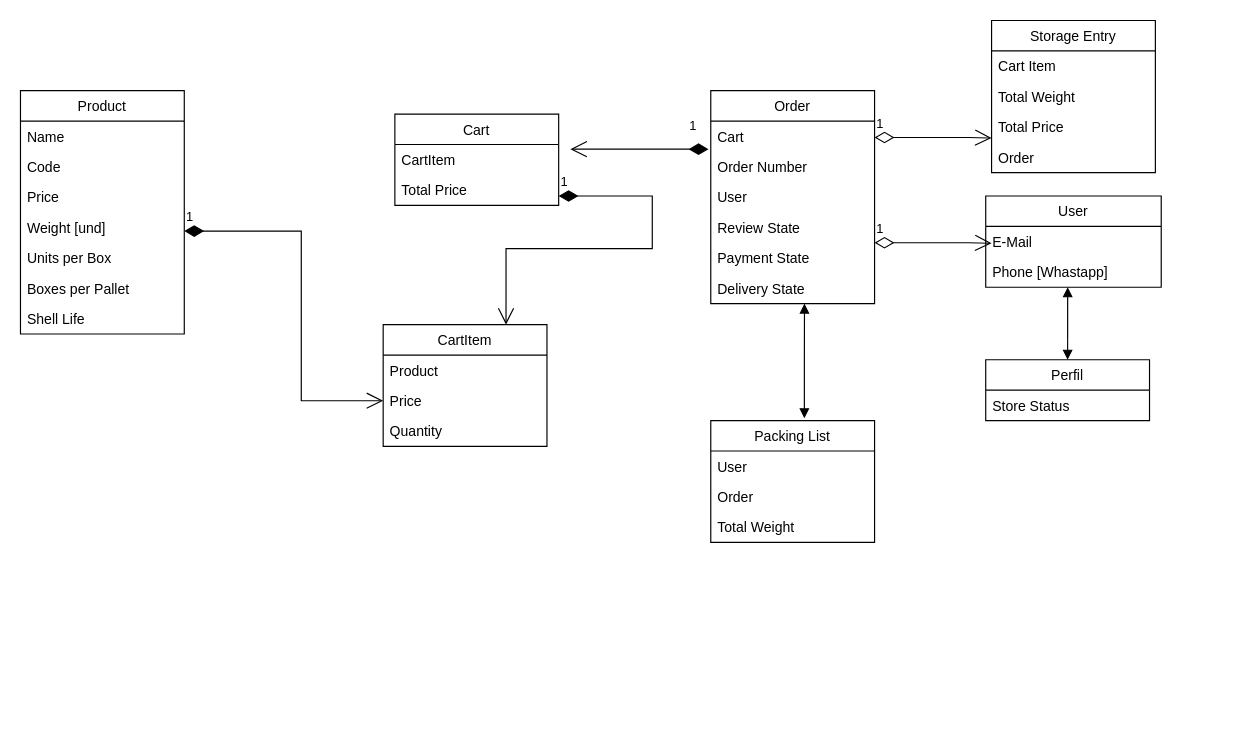
Before: LUJACOL Class Diagram.drawio in jacobitosuperstar/lujacol, a draw.io diagram. Source tidied: cells renumbered, new cells numbered last; positions are measured from the earlier drawing's top-left corner, leaving out a move shared by most shapes. Both pictures are drawn from the tidied source at 117%, with x=0, y=0 at pixel (20, 20).
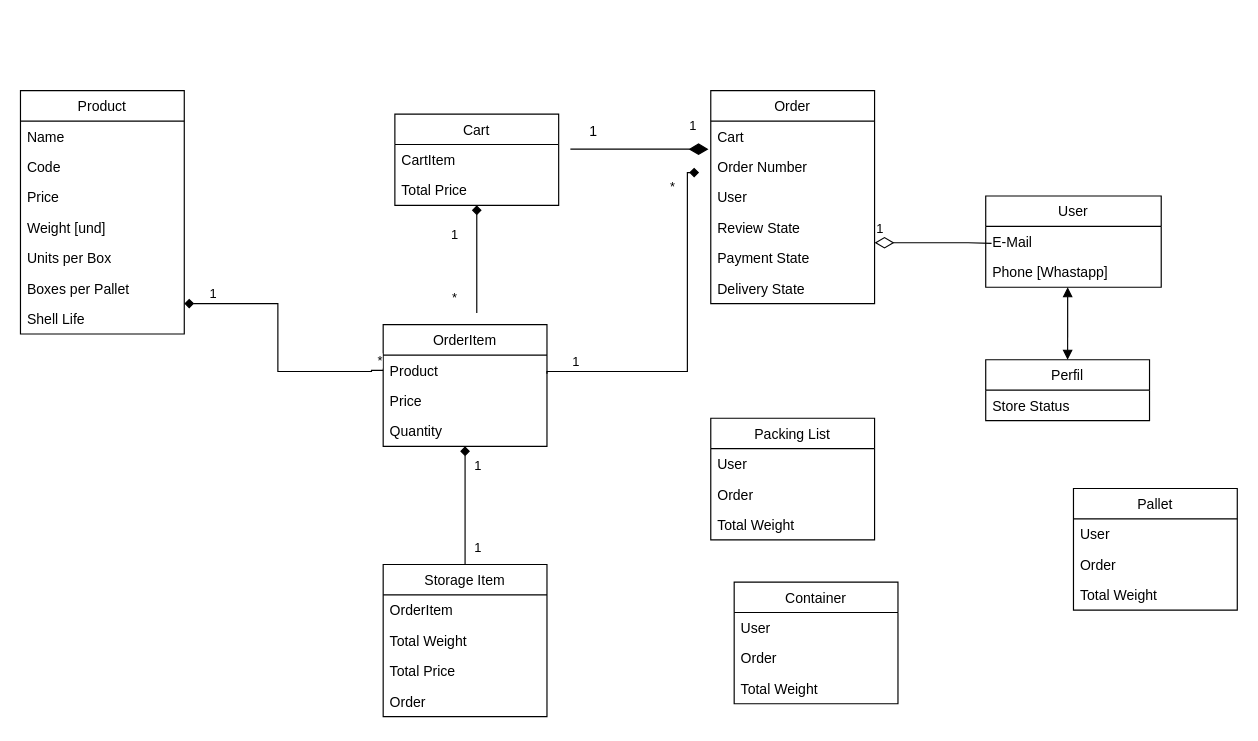
Above is the later version.

Unchanged cells that the change refers to:
```xml
<mxCell id="10" value="Cart" style="swimlane;fontStyle=0;horizontal=1;startSize=26;fillColor=none;" parent="1" vertex="1">
  <mxGeometry x="320" y="80" width="140" height="78" as="geometry" />
</mxCell>
<mxCell id="15" value="Price" style="text;strokeColor=none;fillColor=none;align=left;verticalAlign=top;spacingLeft=4;spacingRight=4;overflow=hidden;points=[[0,0.5],[1,0.5]];portConstraint=eastwest;" parent="13" vertex="1">
  <mxGeometry y="52" width="140" height="26" as="geometry" />
</mxCell>
<mxCell id="23" value="Cart&#10;" style="text;strokeColor=none;fillColor=none;align=left;verticalAlign=top;spacingLeft=4;spacingRight=4;overflow=hidden;points=[[0,0.5],[1,0.5]];portConstraint=eastwest;" parent="22" vertex="1">
  <mxGeometry y="26" width="140" height="26" as="geometry" />
</mxCell>
```

Change to the diagram source:
```diff
@@
+    <mxCell id="45" style="edgeStyle=orthogonalEdgeStyle;rounded=0;jettySize=auto;html=1;startArrow=diamond;startFill=1;endArrow=none;endFill=0;strokeColor=default;" parent="1" edge="1" source="10">
+      <mxGeometry relative="1" as="geometry">
+        <mxPoint x="390" y="250" as="targetPoint" />
+      </mxGeometry>
+    </mxCell>
+    <mxCell id="46" value="1" style="edgeLabel;html=1;align=center;verticalAlign=middle;" parent="45" vertex="1">
+      <mxGeometry x="-0.48" y="-1" relative="1" as="geometry">
+        <mxPoint x="-19" as="offset" />
+      </mxGeometry>
+    </mxCell>
+    <mxCell id="47" value="*" style="edgeLabel;html=1;align=center;verticalAlign=middle;" parent="45" vertex="1">
+      <mxGeometry x="0.7" y="2" relative="1" as="geometry">
+        <mxPoint x="-22" as="offset" />
+      </mxGeometry>
+    </mxCell>
@@
+    <mxCell id="48" style="edgeStyle=orthogonalEdgeStyle;rounded=0;jettySize=auto;html=1;entryX=0.5;entryY=0;entryDx=0;entryDy=0;startArrow=diamond;startFill=1;endArrow=none;endFill=0;strokeColor=default;" parent="1" edge="1" source="13" target="38">
+      <mxGeometry relative="1" as="geometry" />
+    </mxCell>
+    <mxCell id="49" value="1" style="edgeLabel;html=1;align=center;verticalAlign=middle;" parent="48" vertex="1">
+      <mxGeometry x="-0.78" y="2" relative="1" as="geometry">
+        <mxPoint x="8" y="5" as="offset" />
+      </mxGeometry>
+    </mxCell>
+    <mxCell id="50" value="1" style="edgeLabel;html=1;align=center;verticalAlign=middle;" parent="48" vertex="1">
+      <mxGeometry x="0.7" y="1" relative="1" as="geometry">
+        <mxPoint x="9" as="offset" />
+      </mxGeometry>
+    </mxCell>
-    <mxCell id="13" value="CartItem" style="swimlane;fontStyle=0;horizontal=1;startSize=26;fillColor=none;" parent="1" vertex="1">
+    <mxCell id="13" value="OrderItem" style="swimlane;fontStyle=0;horizontal=1;startSize=26;fillColor=none;" parent="1" vertex="1">
       <mxGeometry x="310" y="260" width="140" height="104" as="geometry" />
     </mxCell>
@@
-    <mxCell id="29" value="1" style="endArrow=open;html=1;endSize=12;startArrow=diamondThin;startSize=14;startFill=1;edgeStyle=orthogonalEdgeStyle;align=left;verticalAlign=bottom;rounded=0;entryX=0;entryY=0.5;entryDx=0;entryDy=0;" parent="1" edge="1" target="15">
-      <mxGeometry x="-1" y="3" relative="1" as="geometry">
-        <mxPoint x="140" y="180" as="sourcePoint" />
-        <Array as="points">
-          <mxPoint x="240" y="180" />
-          <mxPoint x="240" y="325" />
-        </Array>
-      </mxGeometry>
-    </mxCell>
-    <mxCell id="30" value="1" style="endArrow=open;html=1;endSize=12;startArrow=diamondThin;startSize=14;startFill=1;edgeStyle=orthogonalEdgeStyle;align=left;verticalAlign=bottom;rounded=0;entryX=0.75;entryY=0;entryDx=0;entryDy=0;" parent="1" edge="1" target="13">
-      <mxGeometry x="-1" y="3" relative="1" as="geometry">
-        <mxPoint x="460" y="150" as="sourcePoint" />
-        <Array as="points">
-          <mxPoint x="540" y="150" />
-          <mxPoint x="540" y="195" />
-          <mxPoint x="415" y="195" />
-        </Array>
-      </mxGeometry>
-    </mxCell>
-    <mxCell id="31" value="1" style="endArrow=open;html=1;endSize=12;startArrow=diamondThin;startSize=14;startFill=0;edgeStyle=orthogonalEdgeStyle;align=left;verticalAlign=bottom;rounded=0;" parent="1" edge="1">
+    <mxCell id="31" value="1" style="endArrow=none;html=1;endSize=12;startArrow=diamondThin;startSize=14;startFill=0;edgeStyle=orthogonalEdgeStyle;align=left;verticalAlign=bottom;rounded=0;endFill=0;" parent="1" edge="1">
       <mxGeometry x="-1" y="3" relative="1" as="geometry">
         <mxPoint x="730" y="190" as="sourcePoint" />
         <mxPoint x="830" y="190.5" as="targetPoint" />
         <Array as="points">
           <mxPoint x="810" y="190.5" />
           <mxPoint x="810" y="190.5" />
         </Array>
       </mxGeometry>
     </mxCell>
@@
-    <mxCell id="33" value="1" style="endArrow=open;html=1;endSize=12;startArrow=diamondThin;startSize=14;startFill=1;edgeStyle=orthogonalEdgeStyle;align=left;verticalAlign=bottom;rounded=0;exitX=-0.014;exitY=0.923;exitDx=0;exitDy=0;exitPerimeter=0;" parent="1" edge="1" source="23">
+    <mxCell id="33" value="1" style="endArrow=none;html=1;endSize=12;startArrow=diamondThin;startSize=14;startFill=1;edgeStyle=orthogonalEdgeStyle;align=left;verticalAlign=bottom;rounded=0;exitX=-0.014;exitY=0.923;exitDx=0;exitDy=0;exitPerimeter=0;endFill=0;" parent="1" edge="1" source="23">
       <mxGeometry x="-0.69" y="-11" relative="1" as="geometry">
         <mxPoint x="470" y="110" as="targetPoint" />
       </mxGeometry>
     </mxCell>
     <mxCell id="34" value="Packing List" style="swimlane;fontStyle=0;horizontal=1;startSize=26;fillColor=none;" parent="1" vertex="1">
-      <mxGeometry x="590" y="342" width="140" height="104" as="geometry" />
+      <mxGeometry x="590" y="340" width="140" height="104" as="geometry" />
     </mxCell>
@@
-    <mxCell id="38" value="Storage Entry" style="swimlane;fontStyle=0;horizontal=1;startSize=26;fillColor=none;" parent="1" vertex="1">
-      <mxGeometry x="830" width="140" height="130" as="geometry" />
+    <mxCell id="38" value="Storage Item" style="swimlane;fontStyle=0;horizontal=1;startSize=26;fillColor=none;" parent="1" vertex="1">
+      <mxGeometry x="310" y="465" width="140" height="130" as="geometry" />
     </mxCell>
-    <mxCell id="39" value="Cart Item" style="text;strokeColor=none;fillColor=none;align=left;verticalAlign=top;spacingLeft=4;spacingRight=4;overflow=hidden;" parent="38" vertex="1">
+    <mxCell id="39" value="OrderItem" style="text;strokeColor=none;fillColor=none;align=left;verticalAlign=top;spacingLeft=4;spacingRight=4;overflow=hidden;" parent="38" vertex="1">
       <mxGeometry y="26" width="140" height="26" as="geometry" />
     </mxCell>
@@
-    <mxCell id="43" style="endArrow=block;startArrow=block;endFill=1;startFill=1;html=1;rounded=0;entryX=0.467;entryY=1;entryDx=0;entryDy=0;entryPerimeter=0;" parent="1" edge="1">
-      <mxGeometry relative="1" as="geometry">
-        <mxPoint x="670" y="340" as="sourcePoint" />
-        <mxPoint x="670.1" y="242" as="targetPoint" />
-        <Array as="points">
-          <mxPoint x="670" y="284" />
-        </Array>
-      </mxGeometry>
-    </mxCell>
-    <mxCell id="44" value="1" style="endArrow=open;html=1;endSize=12;startArrow=diamondThin;startSize=14;startFill=0;edgeStyle=orthogonalEdgeStyle;align=left;verticalAlign=bottom;rounded=0;" parent="1" edge="1">
-      <mxGeometry x="-1" y="3" relative="1" as="geometry">
-        <mxPoint x="730" y="100" as="sourcePoint" />
-        <mxPoint x="830" y="100.5" as="targetPoint" />
-        <Array as="points">
-          <mxPoint x="810" y="100.5" />
-          <mxPoint x="810" y="100.5" />
-        </Array>
-      </mxGeometry>
-    </mxCell>
+    <mxCell id="51" value="1" style="text;html=1;strokeColor=none;fillColor=none;align=center;verticalAlign=middle;whiteSpace=wrap;rounded=0;" parent="1" vertex="1">
+      <mxGeometry x="460" y="80" width="60" height="30" as="geometry" />
+    </mxCell>
+    <mxCell id="52" style="endArrow=none;html=1;rounded=0;edgeStyle=orthogonalEdgeStyle;endFill=0;strokeColor=default;startArrow=diamond;startFill=1;" parent="1" edge="1">
+      <mxGeometry relative="1" as="geometry">
+        <mxPoint x="140" y="242" as="sourcePoint" />
+        <mxPoint x="310" y="299" as="targetPoint" />
+        <Array as="points">
+          <mxPoint x="220" y="242" />
+          <mxPoint x="220" y="300" />
+          <mxPoint x="300" y="300" />
+          <mxPoint x="300" y="299" />
+        </Array>
+      </mxGeometry>
+    </mxCell>
+    <mxCell id="53" value="1" style="edgeLabel;html=1;align=left;verticalAlign=bottom;" parent="52" vertex="1">
+      <mxGeometry x="-1" relative="1" as="geometry">
+        <mxPoint x="20" as="offset" />
+      </mxGeometry>
+    </mxCell>
+    <mxCell id="54" value="*" style="edgeLabel;html=1;align=right;verticalAlign=bottom;" parent="52" vertex="1">
+      <mxGeometry x="1" relative="1" as="geometry" />
+    </mxCell>
+    <mxCell id="55" style="endArrow=diamond;html=1;rounded=0;edgeStyle=orthogonalEdgeStyle;endFill=1;strokeColor=default;startArrow=none;startFill=0;" parent="1" edge="1">
+      <mxGeometry relative="1" as="geometry">
+        <mxPoint x="450" y="302" as="sourcePoint" />
+        <mxPoint x="580" y="130" as="targetPoint" />
+        <Array as="points">
+          <mxPoint x="450" y="300" />
+          <mxPoint x="570" y="300" />
+          <mxPoint x="570" y="130" />
+        </Array>
+      </mxGeometry>
+    </mxCell>
+    <mxCell id="56" value="1" style="edgeLabel;html=1;align=left;verticalAlign=bottom;" parent="55" vertex="1">
+      <mxGeometry x="-1" relative="1" as="geometry">
+        <mxPoint x="20" y="-2" as="offset" />
+      </mxGeometry>
+    </mxCell>
+    <mxCell id="57" value="*" style="edgeLabel;html=1;align=right;verticalAlign=bottom;" parent="55" vertex="1">
+      <mxGeometry x="1" relative="1" as="geometry">
+        <mxPoint x="-20" y="20" as="offset" />
+      </mxGeometry>
+    </mxCell>
+    <mxCell id="58" value="Container" style="swimlane;fontStyle=0;horizontal=1;startSize=26;fillColor=none;" parent="1" vertex="1">
+      <mxGeometry x="610" y="480" width="140" height="104" as="geometry" />
+    </mxCell>
+    <mxCell id="59" value="User" style="text;strokeColor=none;fillColor=none;align=left;verticalAlign=top;spacingLeft=4;spacingRight=4;overflow=hidden;" parent="58" vertex="1">
+      <mxGeometry y="26" width="140" height="26" as="geometry" />
+    </mxCell>
+    <mxCell id="60" value="Order" style="text;strokeColor=none;fillColor=none;align=left;verticalAlign=top;spacingLeft=4;spacingRight=4;overflow=hidden;" parent="58" vertex="1">
+      <mxGeometry y="52" width="140" height="26" as="geometry" />
+    </mxCell>
+    <mxCell id="61" value="Total Weight" style="text;strokeColor=none;fillColor=none;align=left;verticalAlign=top;spacingLeft=4;spacingRight=4;overflow=hidden;" parent="58" vertex="1">
+      <mxGeometry y="78" width="140" height="26" as="geometry" />
+    </mxCell>
+    <mxCell id="62" value="Pallet" style="swimlane;fontStyle=0;horizontal=1;startSize=26;fillColor=none;" parent="1" vertex="1">
+      <mxGeometry x="900" y="400" width="140" height="104" as="geometry" />
+    </mxCell>
+    <mxCell id="63" value="User" style="text;strokeColor=none;fillColor=none;align=left;verticalAlign=top;spacingLeft=4;spacingRight=4;overflow=hidden;" parent="62" vertex="1">
+      <mxGeometry y="26" width="140" height="26" as="geometry" />
+    </mxCell>
+    <mxCell id="64" value="Order" style="text;strokeColor=none;fillColor=none;align=left;verticalAlign=top;spacingLeft=4;spacingRight=4;overflow=hidden;" parent="62" vertex="1">
+      <mxGeometry y="52" width="140" height="26" as="geometry" />
+    </mxCell>
+    <mxCell id="65" value="Total Weight" style="text;strokeColor=none;fillColor=none;align=left;verticalAlign=top;spacingLeft=4;spacingRight=4;overflow=hidden;" parent="62" vertex="1">
+      <mxGeometry y="78" width="140" height="26" as="geometry" />
+    </mxCell>
```
